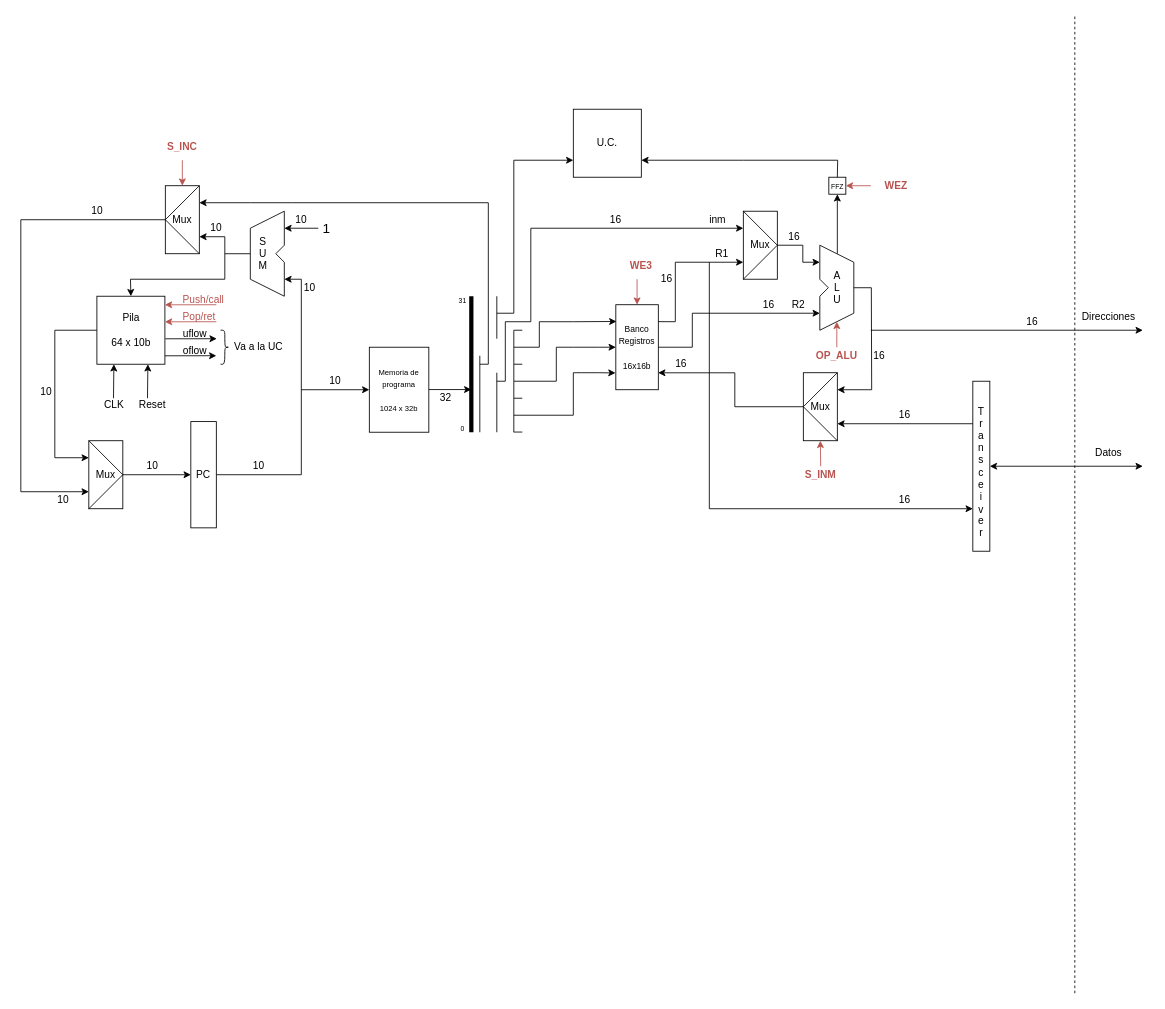
This is cpu-monociclo-ampliada/cpu ampliada diagrama.drawio from feichay10/cpu-monociclo-DDP, a draw.io file, before an edit. Source tidied: cells renumbered, new cells numbered last; positions are measured from the earlier drawing's top-left corner, leaving out a move shared by most shapes. Both pictures are drawn from the tidied source at 85%, with x=0, y=0 at pixel (20, 15).
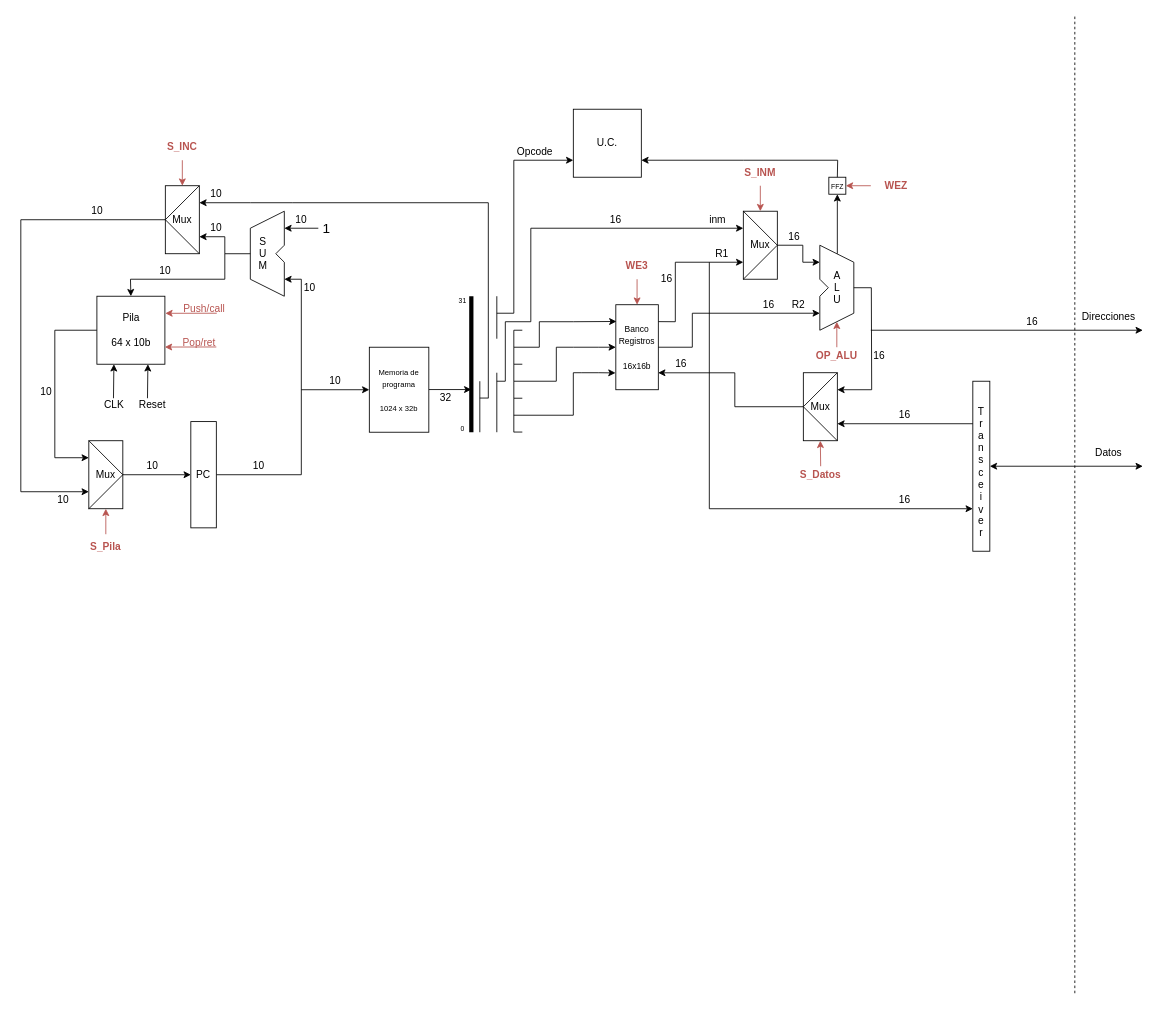
After the change.

Unchanged cells that the change refers to:
```xml
<mxCell id="46" value="Mux" style="rounded=0;whiteSpace=wrap;html=1;" parent="1" vertex="1">
  <mxGeometry x="920.6" y="420" width="40" height="80" as="geometry" />
</mxCell>
<mxCell id="58" value="Mux" style="rounded=0;whiteSpace=wrap;html=1;" parent="1" vertex="1">
  <mxGeometry x="80" y="500" width="40" height="80" as="geometry" />
</mxCell>
<mxCell id="78" value="Mux" style="rounded=0;whiteSpace=wrap;html=1;" parent="1" vertex="1">
  <mxGeometry x="850" y="230" width="40" height="80" as="geometry" />
</mxCell>
```

The edit, as a diff of the source:
```diff
@@
     <mxCell id="20" style="endArrow=none;html=1;rounded=0;fontSize=9;strokeWidth=1;" parent="1" edge="1">
       <mxGeometry relative="1" as="geometry">
         <mxPoint x="540" y="490" as="sourcePoint" />
-        <mxPoint x="540" y="400" as="targetPoint" />
+        <mxPoint x="540" y="430" as="targetPoint" />
       </mxGeometry>
     </mxCell>
     <mxCell id="21" style="endArrow=none;html=1;rounded=0;fontSize=9;strokeWidth=1;" parent="1" edge="1">
       <mxGeometry relative="1" as="geometry">
-        <mxPoint x="540" y="410" as="sourcePoint" />
-        <mxPoint x="550" y="410" as="targetPoint" />
+        <mxPoint x="540" y="449.8" as="sourcePoint" />
+        <mxPoint x="550" y="449.8" as="targetPoint" />
       </mxGeometry>
     </mxCell>
     <mxCell id="22" style="endArrow=none;html=1;rounded=0;fontSize=9;strokeWidth=1;" parent="1" edge="1">
       <mxGeometry relative="1" as="geometry">
-        <mxPoint x="550" y="410" as="sourcePoint" />
+        <mxPoint x="550" y="450" as="sourcePoint" />
         <mxPoint x="550" y="220" as="targetPoint" />
       </mxGeometry>
     </mxCell>
@@
     <mxCell id="66" style="endArrow=classic;html=1;rounded=0;entryX=0.991;entryY=0.168;entryDx=0;entryDy=0;entryPerimeter=0;strokeColor=#B85450;" parent="1" edge="1">
       <mxGeometry relative="1" as="geometry">
-        <mxPoint x="230" y="360" as="sourcePoint" />
-        <mxPoint x="169.5" y="360.1" as="targetPoint" />
+        <mxPoint x="230" y="389.7" as="sourcePoint" />
+        <mxPoint x="169.5" y="389.8" as="targetPoint" />
       </mxGeometry>
     </mxCell>
-    <mxCell id="67" style="endArrow=classic;html=1;rounded=0;entryX=0.991;entryY=0.168;entryDx=0;entryDy=0;entryPerimeter=0;" parent="1" edge="1">
-      <mxGeometry relative="1" as="geometry">
-        <mxPoint x="170" y="380.1" as="sourcePoint" />
-        <mxPoint x="230.5" y="380" as="targetPoint" />
-      </mxGeometry>
-    </mxCell>
-    <mxCell id="68" style="endArrow=classic;html=1;rounded=0;entryX=0.991;entryY=0.168;entryDx=0;entryDy=0;entryPerimeter=0;" parent="1" edge="1">
-      <mxGeometry relative="1" as="geometry">
-        <mxPoint x="169.5" y="400.1" as="sourcePoint" />
-        <mxPoint x="230" y="400" as="targetPoint" />
-      </mxGeometry>
-    </mxCell>
     <mxCell id="69" style="endArrow=classic;html=1;rounded=0;entryX=0.991;entryY=0.168;entryDx=0;entryDy=0;entryPerimeter=0;strokeColor=#B85450;" parent="1" edge="1">
       <mxGeometry relative="1" as="geometry">
-        <mxPoint x="230" y="340" as="sourcePoint" />
-        <mxPoint x="169.5" y="340.1" as="targetPoint" />
+        <mxPoint x="230.5" y="350" as="sourcePoint" />
+        <mxPoint x="170" y="350.1" as="targetPoint" />
       </mxGeometry>
     </mxCell>
     <mxCell id="70" value="&lt;font color=&quot;#b85450&quot;&gt;Push/call&lt;/font&gt;" style="text;html=1;strokeColor=none;fillColor=none;align=center;verticalAlign=middle;whiteSpace=wrap;rounded=0;" parent="1" vertex="1">
-      <mxGeometry x="185" y="330" width="60" height="10" as="geometry" />
+      <mxGeometry x="185.5" y="340" width="60" height="10" as="geometry" />
     </mxCell>
     <mxCell id="71" value="&lt;font color=&quot;#b85450&quot;&gt;Pop/ret&amp;nbsp; &amp;nbsp;&lt;/font&gt;" style="text;html=1;strokeColor=none;fillColor=none;align=center;verticalAlign=middle;whiteSpace=wrap;rounded=0;" parent="1" vertex="1">
-      <mxGeometry x="185" y="350" width="60" height="10" as="geometry" />
+      <mxGeometry x="185" y="379.7" width="60" height="10" as="geometry" />
     </mxCell>
-    <mxCell id="72" value="uflow&amp;nbsp; &amp;nbsp; &amp;nbsp;&amp;nbsp;" style="text;html=1;strokeColor=none;fillColor=none;align=center;verticalAlign=middle;whiteSpace=wrap;rounded=0;" parent="1" vertex="1">
-      <mxGeometry x="185" y="370" width="60" height="10" as="geometry" />
-    </mxCell>
-    <mxCell id="73" value="oflow&amp;nbsp; &amp;nbsp; &amp;nbsp;&amp;nbsp;" style="text;html=1;strokeColor=none;fillColor=none;align=center;verticalAlign=middle;whiteSpace=wrap;rounded=0;" parent="1" vertex="1">
-      <mxGeometry x="185" y="390" width="60" height="10" as="geometry" />
-    </mxCell>
@@
-    <mxCell id="122" style="shape=curlyBracket;whiteSpace=wrap;html=1;rounded=1;fillColor=none;gradientColor=none;direction=west;" parent="1" vertex="1">
-      <mxGeometry x="235" y="370" width="10" height="40" as="geometry" />
-    </mxCell>
-    <mxCell id="123" value="Va a la UC" style="text;html=1;strokeColor=none;fillColor=none;align=center;verticalAlign=middle;whiteSpace=wrap;rounded=0;" parent="1" vertex="1">
-      <mxGeometry x="250" y="380" width="60" height="20" as="geometry" />
-    </mxCell>
@@
-    <mxCell id="127" style="endArrow=classic;html=1;rounded=0;entryX=0.5;entryY=1;entryDx=0;entryDy=0;fillColor=#f8cecc;strokeColor=#b85450;" parent="1" edge="1" target="46">
-      <mxGeometry relative="1" as="geometry">
-        <mxPoint x="941" y="530" as="sourcePoint" />
-        <Array as="points">
-          <mxPoint x="941" y="530" />
-        </Array>
-      </mxGeometry>
+    <mxCell id="127" style="endArrow=classic;html=1;rounded=0;entryX=0.5;entryY=0;entryDx=0;entryDy=0;fillColor=#f8cecc;strokeColor=#b85450;exitX=0.5;exitY=1;exitDx=0;exitDy=0;" parent="1" edge="1" source="132" target="78">
+      <mxGeometry relative="1" as="geometry" />
     </mxCell>
@@
     <mxCell id="129" value="&lt;b&gt;&lt;font color=&quot;#b85450&quot;&gt;WE3&lt;/font&gt;&lt;/b&gt;" style="text;html=1;strokeColor=none;fillColor=none;align=center;verticalAlign=middle;whiteSpace=wrap;rounded=0;" parent="1" vertex="1">
-      <mxGeometry x="700" y="280" width="60" height="30" as="geometry" />
+      <mxGeometry x="695" y="280" width="60" height="30" as="geometry" />
     </mxCell>
@@
     <mxCell id="132" value="&lt;b&gt;&lt;font color=&quot;#b85450&quot;&gt;S_INM&lt;/font&gt;&lt;/b&gt;" style="text;html=1;strokeColor=none;fillColor=none;align=center;verticalAlign=middle;whiteSpace=wrap;rounded=0;" parent="1" vertex="1">
-      <mxGeometry x="910.6" y="525" width="60" height="30" as="geometry" />
+      <mxGeometry x="840" y="170" width="60" height="30" as="geometry" />
     </mxCell>
+    <mxCell id="133" value="10" style="text;html=1;strokeColor=none;fillColor=none;align=center;verticalAlign=middle;whiteSpace=wrap;rounded=0;" parent="1" vertex="1">
+      <mxGeometry x="160" y="290" width="20" height="20" as="geometry" />
+    </mxCell>
+    <mxCell id="134" value="10" style="text;html=1;strokeColor=none;fillColor=none;align=center;verticalAlign=middle;whiteSpace=wrap;rounded=0;" parent="1" vertex="1">
+      <mxGeometry x="220" y="200" width="20" height="20" as="geometry" />
+    </mxCell>
+    <mxCell id="135" value="Opcode" style="text;html=1;strokeColor=none;fillColor=none;align=center;verticalAlign=middle;whiteSpace=wrap;rounded=0;" parent="1" vertex="1">
+      <mxGeometry x="580" y="150" width="50" height="20" as="geometry" />
+    </mxCell>
+    <mxCell id="136" style="endArrow=classic;html=1;rounded=0;entryX=0.5;entryY=1;entryDx=0;entryDy=0;fillColor=#f8cecc;strokeColor=#b85450;exitX=0.5;exitY=0;exitDx=0;exitDy=0;" parent="1" edge="1" source="137" target="58">
+      <mxGeometry relative="1" as="geometry" />
+    </mxCell>
+    <mxCell id="137" value="&lt;b&gt;&lt;font color=&quot;#b85450&quot;&gt;S_Pila&lt;/font&gt;&lt;/b&gt;" style="text;html=1;strokeColor=none;fillColor=none;align=center;verticalAlign=middle;whiteSpace=wrap;rounded=0;" parent="1" vertex="1">
+      <mxGeometry x="70" y="610" width="60" height="30" as="geometry" />
+    </mxCell>
+    <mxCell id="138" style="endArrow=classic;html=1;rounded=0;entryX=0.5;entryY=1;entryDx=0;entryDy=0;fillColor=#f8cecc;strokeColor=#b85450;" parent="1" edge="1" target="46">
+      <mxGeometry relative="1" as="geometry">
+        <mxPoint x="941" y="530" as="sourcePoint" />
+      </mxGeometry>
+    </mxCell>
+    <mxCell id="139" value="&lt;b&gt;&lt;font color=&quot;#b85450&quot;&gt;S_Datos&lt;/font&gt;&lt;/b&gt;" style="text;html=1;strokeColor=none;fillColor=none;align=center;verticalAlign=middle;whiteSpace=wrap;rounded=0;" parent="1" vertex="1">
+      <mxGeometry x="910.6" y="530" width="60" height="20" as="geometry" />
+    </mxCell>
```
